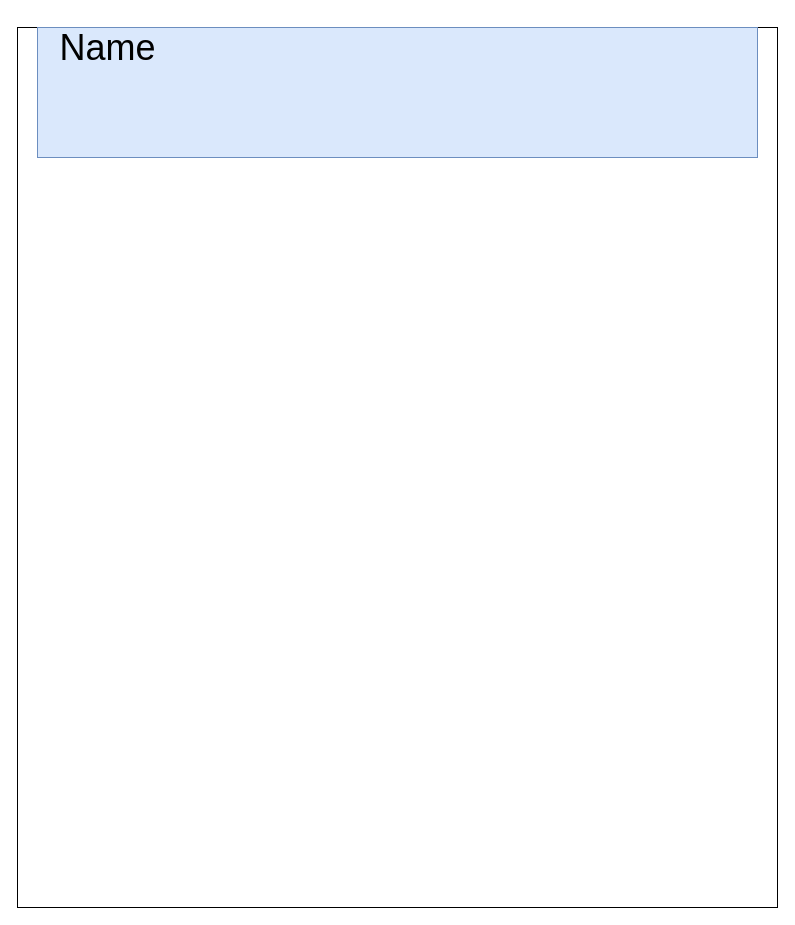
Earlier version of the draw.io diagram project/Persona1.drawio (josura/HCI). Source tidied: cells renumbered, new cells numbered last; positions are measured from the earlier drawing's top-left corner, leaving out a move shared by most shapes. Both pictures are drawn from the tidied source at 100%, with x=0, y=0 at pixel (17, 17).
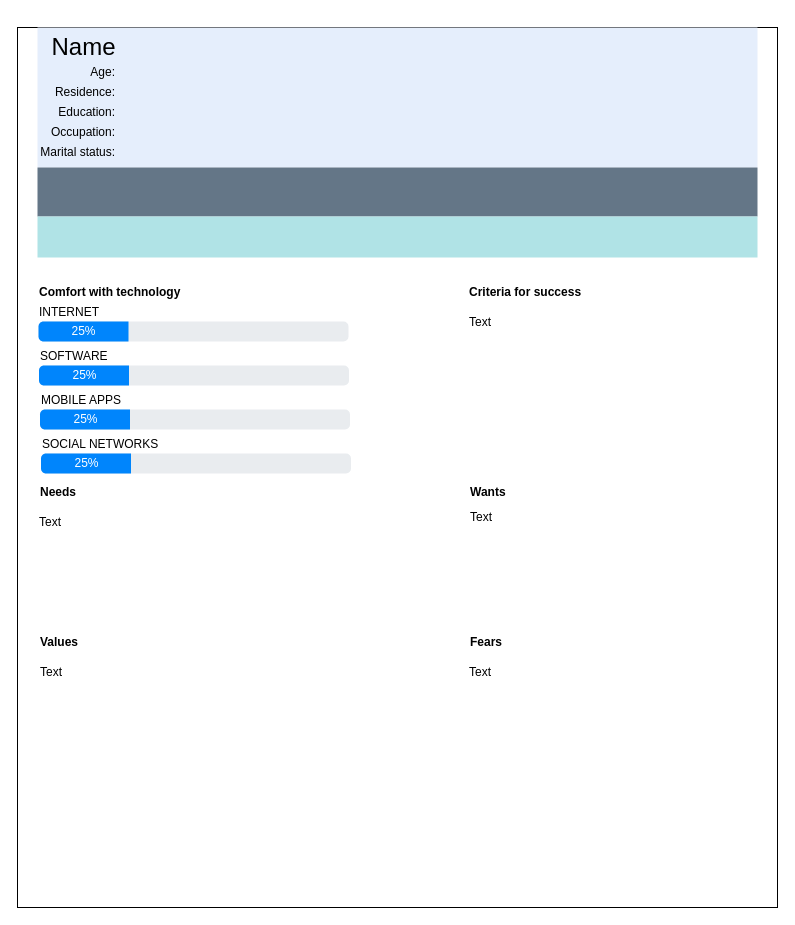
The same page after the edit.

The edit, as a diff of the source:
```diff
@@
-    <mxCell id="3" style="rounded=0;whiteSpace=wrap;html=1;fillColor=#dae8fc;strokeColor=#6c8ebf;" parent="1" vertex="1">
-      <mxGeometry x="20" y="10" width="720" height="130" as="geometry" />
+    <mxCell id="3" style="rounded=0;whiteSpace=wrap;html=1;fillColor=#E5EEFC;strokeColor=none;" parent="1" vertex="1">
+      <mxGeometry x="20" y="10" width="720" height="140" as="geometry" />
     </mxCell>
-    <mxCell id="4" value="&lt;font style=&quot;font-size: 36px;&quot;&gt;Name&lt;/font&gt;" style="text;html=1;align=center;verticalAlign=middle;strokeColor=none;fillColor=none;" parent="1" vertex="1">
-      <mxGeometry x="30" width="120" height="60" as="geometry" />
+    <mxCell id="4" value="&lt;font style=&quot;font-size: 24px;&quot;&gt;Name&lt;/font&gt;" style="text;html=1;align=center;verticalAlign=middle;strokeColor=none;fillColor=none;" parent="1" vertex="1">
+      <mxGeometry x="21" y="10" width="90" height="40" as="geometry" />
     </mxCell>
+    <mxCell id="5" style="rounded=0;whiteSpace=wrap;html=1;fillColor=#647687;strokeColor=none;fontColor=#ffffff;" parent="1" vertex="1">
+      <mxGeometry x="20" y="150" width="720" height="49" as="geometry" />
+    </mxCell>
+    <mxCell id="6" style="rounded=0;whiteSpace=wrap;html=1;fillColor=#b0e3e6;strokeColor=none;" parent="1" vertex="1">
+      <mxGeometry x="20" y="199" width="720" height="41" as="geometry" />
+    </mxCell>
+    <mxCell id="7" value="Age:" style="text;html=1;strokeColor=none;fillColor=none;align=right;verticalAlign=middle;whiteSpace=wrap;rounded=0;" parent="1" vertex="1">
+      <mxGeometry x="20" y="40" width="80" height="30" as="geometry" />
+    </mxCell>
+    <mxCell id="8" value="Residence:" style="text;html=1;strokeColor=none;fillColor=none;align=right;verticalAlign=middle;whiteSpace=wrap;rounded=0;" parent="1" vertex="1">
+      <mxGeometry x="21" y="60" width="79" height="30" as="geometry" />
+    </mxCell>
+    <mxCell id="9" value="Education:" style="text;html=1;strokeColor=none;fillColor=none;align=right;verticalAlign=middle;whiteSpace=wrap;rounded=0;" parent="1" vertex="1">
+      <mxGeometry x="21" y="80" width="79" height="30" as="geometry" />
+    </mxCell>
+    <mxCell id="10" value="Occupation:" style="text;html=1;strokeColor=none;fillColor=none;align=right;verticalAlign=middle;whiteSpace=wrap;rounded=0;" parent="1" vertex="1">
+      <mxGeometry x="21" y="100" width="79" height="30" as="geometry" />
+    </mxCell>
+    <mxCell id="11" value="Marital status:" style="text;html=1;strokeColor=none;fillColor=none;align=right;verticalAlign=middle;whiteSpace=wrap;rounded=0;" parent="1" vertex="1">
+      <mxGeometry x="21" y="120" width="79" height="30" as="geometry" />
+    </mxCell>
+    <mxCell id="12" value="Comfort with technology" style="text;html=1;strokeColor=none;fillColor=none;align=left;verticalAlign=middle;whiteSpace=wrap;rounded=0;fontStyle=1;" parent="1" vertex="1">
+      <mxGeometry x="20" y="260" width="290" height="30" as="geometry" />
+    </mxCell>
+    <mxCell id="13" value="Criteria for success" style="text;html=1;strokeColor=none;fillColor=none;align=left;verticalAlign=middle;whiteSpace=wrap;rounded=0;fontStyle=1;" parent="1" vertex="1">
+      <mxGeometry x="450" y="260" width="290" height="30" as="geometry" />
+    </mxCell>
+    <mxCell id="14" value="INTERNET" style="text;html=1;strokeColor=none;fillColor=none;align=left;verticalAlign=middle;whiteSpace=wrap;rounded=0;" parent="1" vertex="1">
+      <mxGeometry x="20" y="280" width="60" height="30" as="geometry" />
+    </mxCell>
+    <mxCell id="15" style="html=1;shadow=0;dashed=0;shape=mxgraph.bootstrap.rrect;rSize=5;fillColor=#E9ECEF;strokeColor=none;" parent="1" vertex="1">
+      <mxGeometry x="21" y="304" width="310" height="20" as="geometry" />
+    </mxCell>
+    <mxCell id="16" value="25%" style="html=1;shadow=0;dashed=0;shape=mxgraph.bootstrap.leftButton;rSize=5;fillColor=#0085FC;strokeColor=none;fontColor=#ffffff;" parent="15" vertex="1">
+      <mxGeometry width="90" height="20" relative="1" as="geometry" />
+    </mxCell>
+    <mxCell id="17" style="html=1;shadow=0;dashed=0;shape=mxgraph.bootstrap.rrect;rSize=5;fillColor=#E9ECEF;strokeColor=none;" parent="1" vertex="1">
+      <mxGeometry x="21.5" y="348" width="310" height="20" as="geometry" />
+    </mxCell>
+    <mxCell id="18" value="25%" style="html=1;shadow=0;dashed=0;shape=mxgraph.bootstrap.leftButton;rSize=5;fillColor=#0085FC;strokeColor=none;fontColor=#ffffff;" parent="17" vertex="1">
+      <mxGeometry width="90" height="20" relative="1" as="geometry" />
+    </mxCell>
+    <mxCell id="19" value="SOFTWARE" style="text;html=1;strokeColor=none;fillColor=none;align=left;verticalAlign=middle;whiteSpace=wrap;rounded=0;" parent="1" vertex="1">
+      <mxGeometry x="20.5" y="324" width="60" height="30" as="geometry" />
+    </mxCell>
+    <mxCell id="20" style="html=1;shadow=0;dashed=0;shape=mxgraph.bootstrap.rrect;rSize=5;fillColor=#E9ECEF;strokeColor=none;" parent="1" vertex="1">
+      <mxGeometry x="22.5" y="392" width="310" height="20" as="geometry" />
+    </mxCell>
+    <mxCell id="21" value="25%" style="html=1;shadow=0;dashed=0;shape=mxgraph.bootstrap.leftButton;rSize=5;fillColor=#0085FC;strokeColor=none;fontColor=#ffffff;" parent="20" vertex="1">
+      <mxGeometry width="90" height="20" relative="1" as="geometry" />
+    </mxCell>
+    <mxCell id="22" value="MOBILE APPS" style="text;html=1;strokeColor=none;fillColor=none;align=left;verticalAlign=middle;whiteSpace=wrap;rounded=0;" parent="1" vertex="1">
+      <mxGeometry x="21.5" y="368" width="98.5" height="30" as="geometry" />
+    </mxCell>
+    <mxCell id="23" style="html=1;shadow=0;dashed=0;shape=mxgraph.bootstrap.rrect;rSize=5;fillColor=#E9ECEF;strokeColor=none;" parent="1" vertex="1">
+      <mxGeometry x="23.5" y="436" width="310" height="20" as="geometry" />
+    </mxCell>
+    <mxCell id="24" value="25%" style="html=1;shadow=0;dashed=0;shape=mxgraph.bootstrap.leftButton;rSize=5;fillColor=#0085FC;strokeColor=none;fontColor=#ffffff;" parent="23" vertex="1">
+      <mxGeometry width="90" height="20" relative="1" as="geometry" />
+    </mxCell>
+    <mxCell id="25" value="SOCIAL NETWORKS" style="text;html=1;strokeColor=none;fillColor=none;align=left;verticalAlign=middle;whiteSpace=wrap;rounded=0;" parent="1" vertex="1">
+      <mxGeometry x="22.5" y="412" width="127.5" height="30" as="geometry" />
+    </mxCell>
+    <mxCell id="26" value="Needs" style="text;html=1;strokeColor=none;fillColor=none;align=left;verticalAlign=middle;whiteSpace=wrap;rounded=0;fontStyle=1;" parent="1" vertex="1">
+      <mxGeometry x="21" y="460" width="290" height="30" as="geometry" />
+    </mxCell>
+    <mxCell id="27" value="Wants" style="text;html=1;strokeColor=none;fillColor=none;align=left;verticalAlign=middle;whiteSpace=wrap;rounded=0;fontStyle=1;" parent="1" vertex="1">
+      <mxGeometry x="451" y="460" width="290" height="30" as="geometry" />
+    </mxCell>
+    <mxCell id="28" value="Values" style="text;html=1;strokeColor=none;fillColor=none;align=left;verticalAlign=middle;whiteSpace=wrap;rounded=0;fontStyle=1;" parent="1" vertex="1">
+      <mxGeometry x="20.5" y="610" width="290" height="30" as="geometry" />
+    </mxCell>
+    <mxCell id="29" value="Fears" style="text;html=1;strokeColor=none;fillColor=none;align=left;verticalAlign=middle;whiteSpace=wrap;rounded=0;fontStyle=1;" parent="1" vertex="1">
+      <mxGeometry x="450.5" y="610" width="290" height="30" as="geometry" />
+    </mxCell>
+    <mxCell id="30" value="Text" style="text;html=1;align=left;verticalAlign=middle;strokeColor=none;fillColor=none;" parent="1" vertex="1">
+      <mxGeometry x="20" y="490" width="50" height="30" as="geometry" />
+    </mxCell>
+    <mxCell id="31" value="Text" style="text;html=1;align=left;verticalAlign=middle;strokeColor=none;fillColor=none;" parent="1" vertex="1">
+      <mxGeometry x="451" y="485" width="50" height="30" as="geometry" />
+    </mxCell>
+    <mxCell id="32" value="Text" style="text;html=1;align=left;verticalAlign=middle;strokeColor=none;fillColor=none;" parent="1" vertex="1">
+      <mxGeometry x="450" y="290" width="50" height="30" as="geometry" />
+    </mxCell>
+    <mxCell id="33" value="Text" style="text;html=1;align=left;verticalAlign=middle;strokeColor=none;fillColor=none;" parent="1" vertex="1">
+      <mxGeometry x="450" y="640" width="50" height="30" as="geometry" />
+    </mxCell>
+    <mxCell id="34" value="Text" style="text;html=1;align=left;verticalAlign=middle;strokeColor=none;fillColor=none;" parent="1" vertex="1">
+      <mxGeometry x="21" y="640" width="50" height="30" as="geometry" />
+    </mxCell>
```
